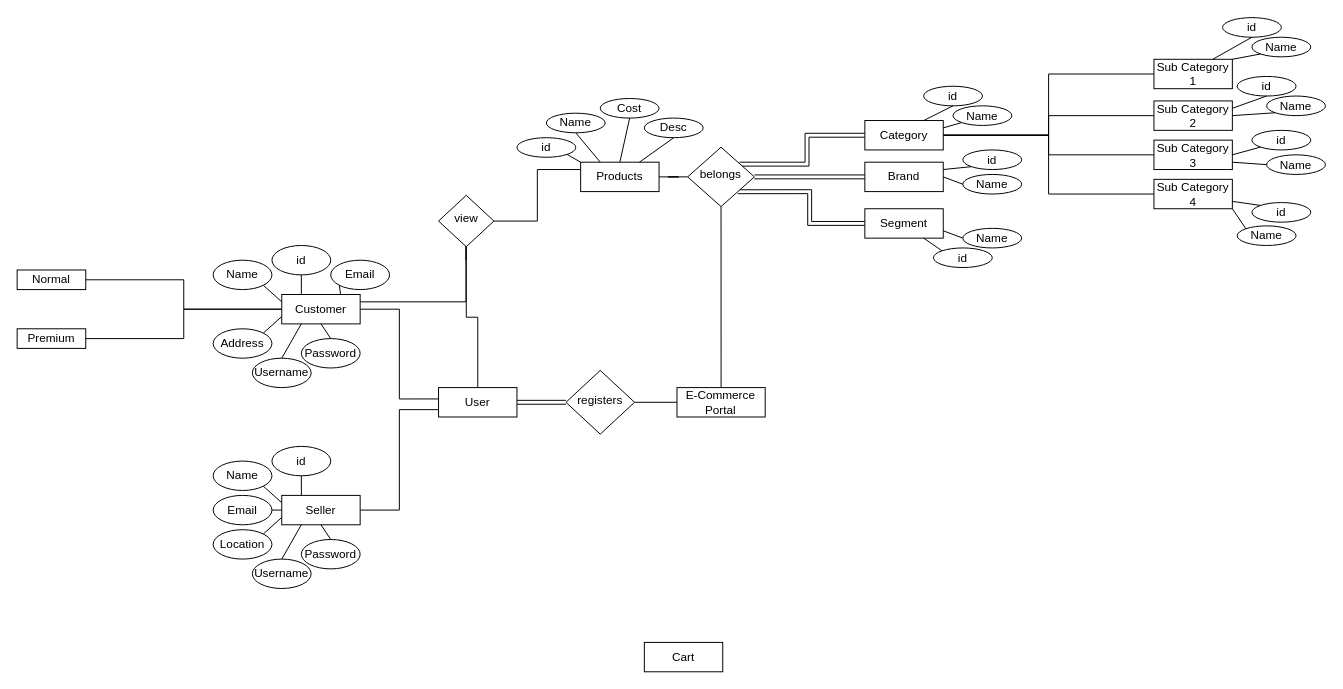
adithkrishnan98/ECommerce-Java keeps this draw.io diagram as Untitled Diagram.drawio. Above is the earlier version. Source tidied: cells renumbered, new cells numbered last; positions are measured from the earlier drawing's top-left corner, leaving out a move shared by most shapes. Both pictures are drawn from the tidied source at 98%, with x=0, y=0 at pixel (17, 17).
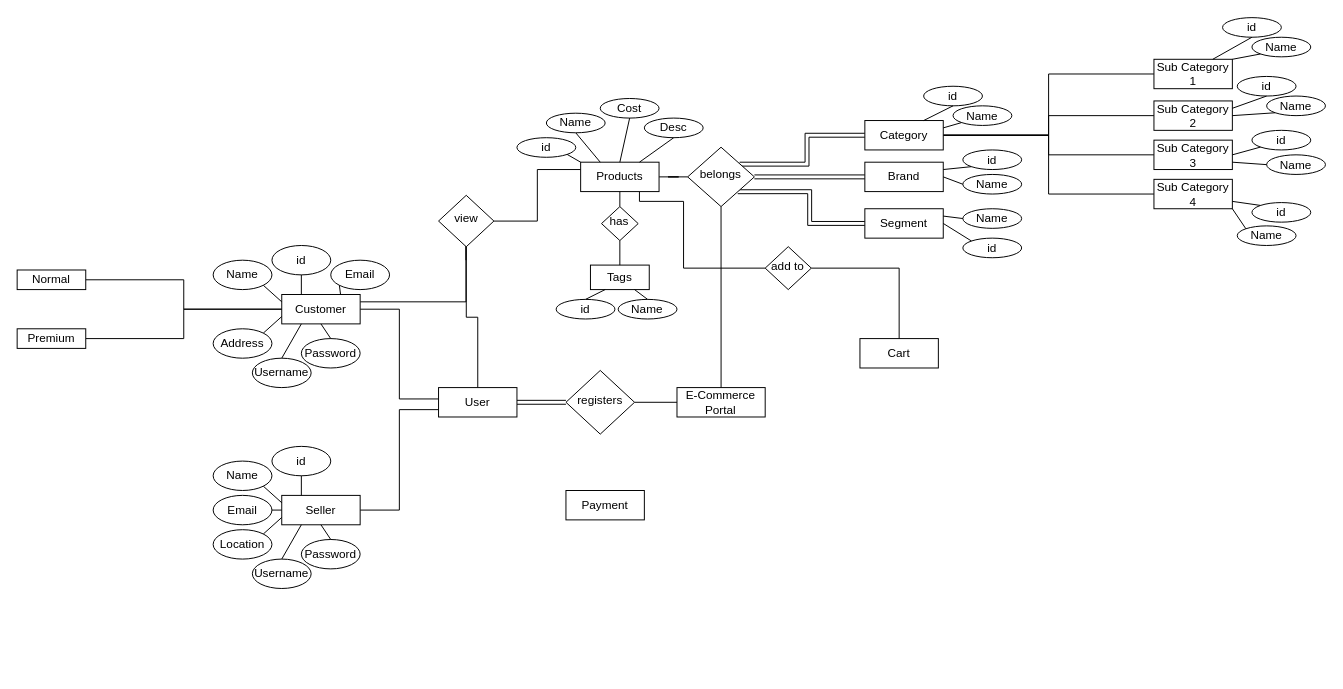
After the change.

The change refers to these unchanged cells:
```xml
<mxCell id="44" value="Products" style="rounded=0;whiteSpace=wrap;html=1;fontSize=12;glass=0;strokeWidth=1;shadow=0;" parent="1" vertex="1">
  <mxGeometry x="575" y="148" width="80" height="30" as="geometry" />
</mxCell>
<mxCell id="62" value="Segment" style="rounded=0;whiteSpace=wrap;html=1;fontSize=12;glass=0;strokeWidth=1;shadow=0;" parent="1" vertex="1">
  <mxGeometry x="865" y="195.5" width="80" height="30" as="geometry" />
</mxCell>
```

What changed in the source:
```diff
@@
+    <mxCell id="98" style="edgeStyle=orthogonalEdgeStyle;rounded=0;jettySize=auto;html=1;exitX=0.75;exitY=1;exitDx=0;exitDy=0;entryX=0;entryY=0.5;entryDx=0;entryDy=0;startArrow=none;startFill=0;endArrow=none;endFill=0;strokeColor=#000000;" parent="1" edge="1" source="44" target="108">
+      <mxGeometry relative="1" as="geometry">
+        <Array as="points">
+          <mxPoint x="635" y="188" />
+          <mxPoint x="680" y="188" />
+          <mxPoint x="680" y="256" />
+        </Array>
+      </mxGeometry>
+    </mxCell>
@@
     <mxCell id="45" value="Cart" style="rounded=0;whiteSpace=wrap;html=1;fontSize=12;glass=0;strokeWidth=1;shadow=0;" parent="1" vertex="1">
-      <mxGeometry x="640" y="638" width="80" height="30" as="geometry" />
+      <mxGeometry x="860" y="328" width="80" height="30" as="geometry" />
     </mxCell>
@@
     <mxCell id="71" value="id" style="ellipse;whiteSpace=wrap;html=1;" parent="1" vertex="1">
-      <mxGeometry x="935" y="235.5" width="60" height="20" as="geometry" />
+      <mxGeometry x="965" y="225.5" width="60" height="20" as="geometry" />
     </mxCell>
-    <mxCell id="72" style="endArrow=none;html=1;entryX=0;entryY=0;entryDx=0;entryDy=0;exitX=0.75;exitY=1;exitDx=0;exitDy=0;" parent="1" edge="1" source="62" target="71">
+    <mxCell id="72" style="endArrow=none;html=1;entryX=0;entryY=0;entryDx=0;entryDy=0;exitX=1;exitY=0.5;exitDx=0;exitDy=0;" parent="1" edge="1" source="62" target="71">
       <mxGeometry relative="1" as="geometry" />
     </mxCell>
     <mxCell id="73" value="Name" style="ellipse;whiteSpace=wrap;html=1;" parent="1" vertex="1">
-      <mxGeometry x="965" y="215.5" width="60" height="20" as="geometry" />
+      <mxGeometry x="965" y="195.5" width="60" height="20" as="geometry" />
     </mxCell>
-    <mxCell id="74" style="endArrow=none;html=1;entryX=0;entryY=0.5;entryDx=0;entryDy=0;exitX=1;exitY=0.75;exitDx=0;exitDy=0;" parent="1" edge="1" source="62" target="73">
+    <mxCell id="74" style="endArrow=none;html=1;entryX=0;entryY=0.5;entryDx=0;entryDy=0;exitX=1;exitY=0.25;exitDx=0;exitDy=0;" parent="1" edge="1" source="62" target="73">
       <mxGeometry relative="1" as="geometry" />
     </mxCell>
@@
+    <mxCell id="99" value="Tags" style="rounded=0;whiteSpace=wrap;html=1;fontSize=12;glass=0;strokeWidth=1;shadow=0;" parent="1" vertex="1">
+      <mxGeometry x="585" y="253" width="60" height="25" as="geometry" />
+    </mxCell>
+    <mxCell id="100" value="id" style="ellipse;whiteSpace=wrap;html=1;" parent="1" vertex="1">
+      <mxGeometry x="550" y="288" width="60" height="20" as="geometry" />
+    </mxCell>
+    <mxCell id="101" style="endArrow=none;html=1;entryX=0.5;entryY=0;entryDx=0;entryDy=0;exitX=0.25;exitY=1;exitDx=0;exitDy=0;" parent="1" edge="1" source="99" target="100">
+      <mxGeometry relative="1" as="geometry" />
+    </mxCell>
+    <mxCell id="102" value="Name" style="ellipse;whiteSpace=wrap;html=1;" parent="1" vertex="1">
+      <mxGeometry x="613.3" y="288" width="60" height="20" as="geometry" />
+    </mxCell>
+    <mxCell id="103" style="endArrow=none;html=1;entryX=0.5;entryY=0;entryDx=0;entryDy=0;exitX=0.75;exitY=1;exitDx=0;exitDy=0;" parent="1" edge="1" source="99" target="102">
+      <mxGeometry relative="1" as="geometry" />
+    </mxCell>
+    <mxCell id="104" style="edgeStyle=orthogonalEdgeStyle;rounded=0;jettySize=auto;html=1;exitX=0.5;exitY=0;exitDx=0;exitDy=0;entryX=0.5;entryY=1;entryDx=0;entryDy=0;startArrow=none;startFill=0;endArrow=none;endFill=0;strokeColor=#000000;" parent="1" edge="1" source="106" target="44">
+      <mxGeometry relative="1" as="geometry" />
+    </mxCell>
+    <mxCell id="105" style="edgeStyle=orthogonalEdgeStyle;rounded=0;jettySize=auto;html=1;exitX=0.5;exitY=1;exitDx=0;exitDy=0;entryX=0.5;entryY=0;entryDx=0;entryDy=0;startArrow=none;startFill=0;endArrow=none;endFill=0;strokeColor=#000000;" parent="1" edge="1" source="106" target="99">
+      <mxGeometry relative="1" as="geometry" />
+    </mxCell>
+    <mxCell id="106" value="has" style="rhombus;whiteSpace=wrap;html=1;shadow=0;fontFamily=Helvetica;fontSize=12;align=center;strokeWidth=1;spacing=6;spacingTop=-4;" parent="1" vertex="1">
+      <mxGeometry x="596.3" y="193.3" width="37.4" height="34.7" as="geometry" />
+    </mxCell>
+    <mxCell id="107" style="edgeStyle=orthogonalEdgeStyle;rounded=0;jettySize=auto;html=1;exitX=1;exitY=0.5;exitDx=0;exitDy=0;entryX=0.5;entryY=0;entryDx=0;entryDy=0;startArrow=none;startFill=0;endArrow=none;endFill=0;strokeColor=#000000;" parent="1" edge="1" source="108" target="45">
+      <mxGeometry relative="1" as="geometry" />
+    </mxCell>
+    <mxCell id="108" value="add to" style="rhombus;whiteSpace=wrap;html=1;shadow=0;fontFamily=Helvetica;fontSize=12;align=center;strokeWidth=1;spacing=6;spacingTop=-4;" parent="1" vertex="1">
+      <mxGeometry x="763.3" y="234.2" width="47.1" height="43.8" as="geometry" />
+    </mxCell>
+    <mxCell id="109" value="Payment" style="rounded=0;whiteSpace=wrap;html=1;fontSize=12;glass=0;strokeWidth=1;shadow=0;" parent="1" vertex="1">
+      <mxGeometry x="560" y="483" width="80" height="30" as="geometry" />
+    </mxCell>
```
